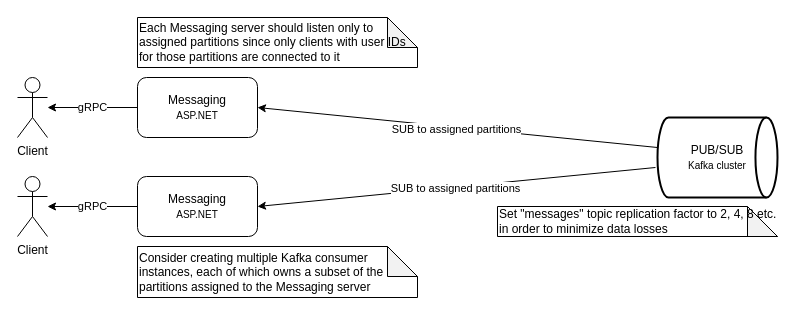
This is docs/cecochat-03-message-receive.drawio from cvetomir-todorov/CecoChat, a draw.io file, before an edit. Source tidied: cells renumbered, new cells numbered last; positions are measured from the earlier drawing's top-left corner, leaving out a move shared by most shapes. Both pictures are drawn from the tidied source at 100%, with x=0, y=0 at pixel (17, 17).
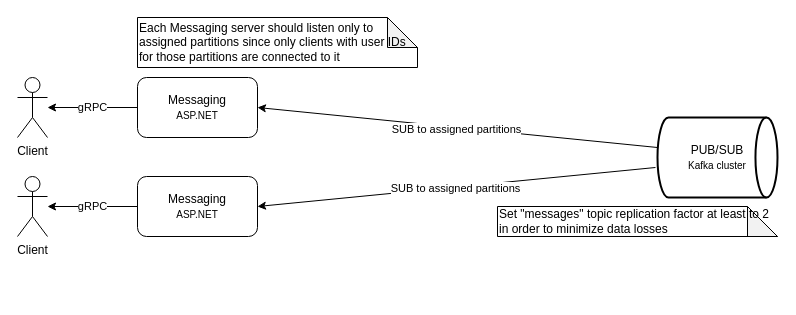
After the change.

What changed in the source:
```diff
@@
 <mxGraphModel>
   <root>
     <mxCell id="0" />
     <mxCell id="1" parent="0" />
     <mxCell id="2" value="gRPC" style="edgeStyle=orthogonalEdgeStyle;rounded=0;jettySize=auto;html=1;entryX=0;entryY=0.5;entryDx=0;entryDy=0;startArrow=classic;startFill=1;endArrow=none;endFill=0;" parent="1" edge="1" source="3" target="7">
       <mxGeometry relative="1" as="geometry" />
     </mxCell>
     <mxCell id="3" value="Client" style="shape=umlActor;verticalLabelPosition=bottom;verticalAlign=top;html=1;outlineConnect=0;" parent="1" vertex="1">
       <mxGeometry y="60" width="30" height="60" as="geometry" />
     </mxCell>
     <mxCell id="4" value="gRPC" style="edgeStyle=orthogonalEdgeStyle;rounded=0;jettySize=auto;html=1;entryX=0;entryY=0.5;entryDx=0;entryDy=0;startArrow=classic;startFill=1;endArrow=none;endFill=0;" parent="1" edge="1" source="5" target="12">
       <mxGeometry relative="1" as="geometry" />
     </mxCell>
     <mxCell id="5" value="Client" style="shape=umlActor;verticalLabelPosition=bottom;verticalAlign=top;html=1;outlineConnect=0;" parent="1" vertex="1">
       <mxGeometry y="159" width="30" height="60" as="geometry" />
     </mxCell>
     <mxCell id="6" value="SUB to assigned partitions" style="rounded=0;jettySize=auto;html=1;entryX=0;entryY=0.375;entryDx=0;entryDy=0;entryPerimeter=0;startArrow=classic;startFill=1;exitX=1;exitY=0.5;exitDx=0;exitDy=0;endArrow=none;endFill=0;" parent="1" edge="1" source="7" target="8">
       <mxGeometry y="-2" relative="1" as="geometry">
         <mxPoint x="-1" as="offset" />
       </mxGeometry>
     </mxCell>
     <mxCell id="7" value="&lt;font style=&quot;font-size: 12px&quot;&gt;Messaging&lt;/font&gt;&lt;br&gt;&lt;font style=&quot;font-size: 10px&quot;&gt;ASP.NET&lt;/font&gt;" style="rounded=1;whiteSpace=wrap;html=1;" parent="1" vertex="1">
       <mxGeometry x="120" y="60" width="120" height="60" as="geometry" />
     </mxCell>
     <mxCell id="8" value="PUB/SUB&lt;br&gt;&lt;font style=&quot;font-size: 10px&quot;&gt;Kafka cluster&lt;/font&gt;" style="strokeWidth=2;html=1;shape=mxgraph.flowchart.direct_data;whiteSpace=wrap;" parent="1" vertex="1">
       <mxGeometry x="640" y="100" width="120" height="80" as="geometry" />
     </mxCell>
-    <mxCell id="9" value="Set &quot;messages&quot; topic replication factor to 2, 4, 8 etc. in order to minimize data losses" style="shape=note;whiteSpace=wrap;html=1;backgroundOutline=1;darkOpacity=0.05;align=left;" parent="1" vertex="1">
+    <mxCell id="9" value="Set &quot;messages&quot; topic replication factor at least to 2 in order to minimize data losses" style="shape=note;whiteSpace=wrap;html=1;backgroundOutline=1;darkOpacity=0.05;align=left;" parent="1" vertex="1">
       <mxGeometry x="480" y="189" width="280" height="30" as="geometry" />
     </mxCell>
     <mxCell id="10" value="Each Messaging server should listen only to assigned partitions since only clients with user IDs for those partitions are connected to it" style="shape=note;whiteSpace=wrap;html=1;backgroundOutline=1;darkOpacity=0.05;align=left;" parent="1" vertex="1">
       <mxGeometry x="120" width="280" height="50" as="geometry" />
     </mxCell>
-    <mxCell id="11" value="Consider creating multiple Kafka consumer instances, each of which owns a subset of the partitions assigned to the Messaging server" style="shape=note;whiteSpace=wrap;html=1;backgroundOutline=1;darkOpacity=0.05;align=left;" parent="1" vertex="1">
-      <mxGeometry x="120" y="229" width="280" height="51" as="geometry" />
-    </mxCell>
     <mxCell id="12" value="&lt;font style=&quot;font-size: 12px&quot;&gt;Messaging&lt;/font&gt;&lt;br&gt;&lt;font style=&quot;font-size: 10px&quot;&gt;ASP.NET&lt;/font&gt;" style="rounded=1;whiteSpace=wrap;html=1;" parent="1" vertex="1">
       <mxGeometry x="120" y="159" width="120" height="60" as="geometry" />
     </mxCell>
     <mxCell id="13" value="SUB to assigned partitions" style="rounded=0;jettySize=auto;html=1;entryX=-0.017;entryY=0.625;entryDx=0;entryDy=0;entryPerimeter=0;startArrow=classic;startFill=1;exitX=1;exitY=0.5;exitDx=0;exitDy=0;endArrow=none;endFill=0;" parent="1" edge="1" source="12" target="8">
       <mxGeometry y="-2" relative="1" as="geometry">
         <mxPoint x="-1" as="offset" />
       </mxGeometry>
     </mxCell>
   </root>
 </mxGraphModel>
```
